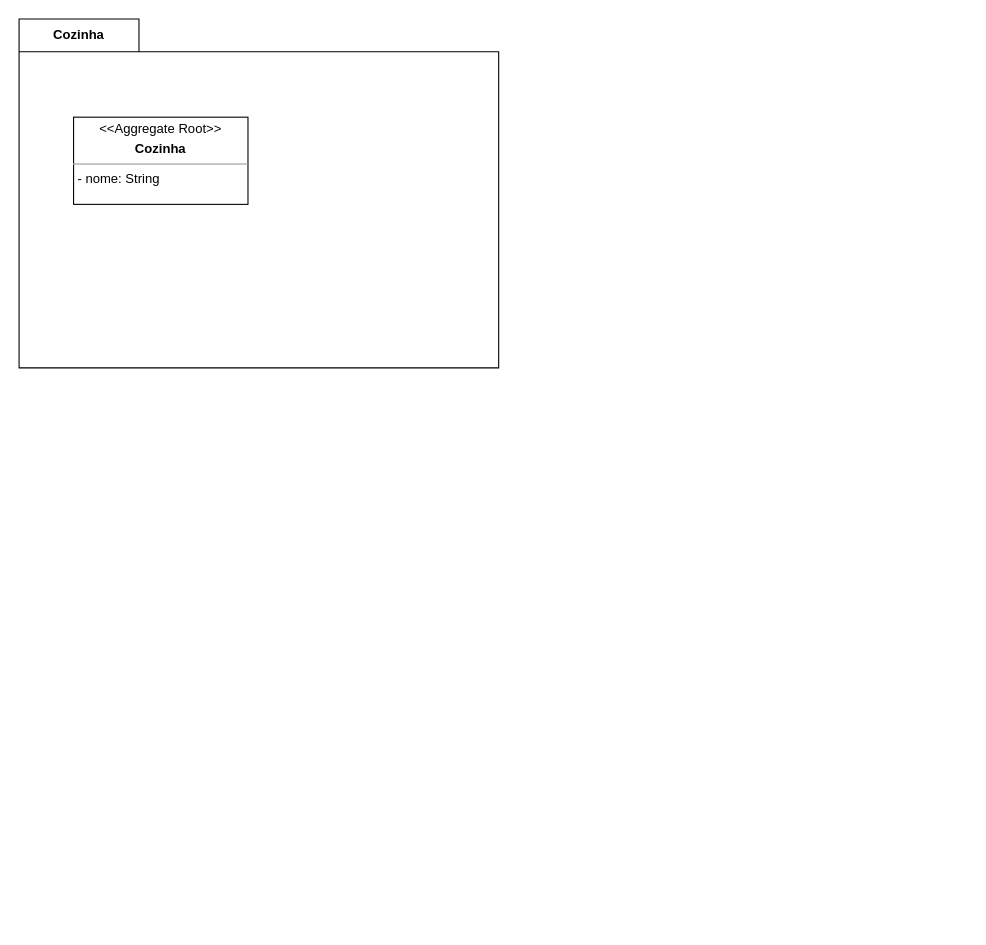
Earlier version of the draw.io diagram patterns/Algafood.drawio (bcmes/diagrams). Source tidied: cells renumbered, new cells numbered last; positions are measured from the earlier drawing's top-left corner, leaving out a move shared by most shapes. Both pictures are drawn from the tidied source at 109%, with x=0, y=0 at pixel (19, 19).
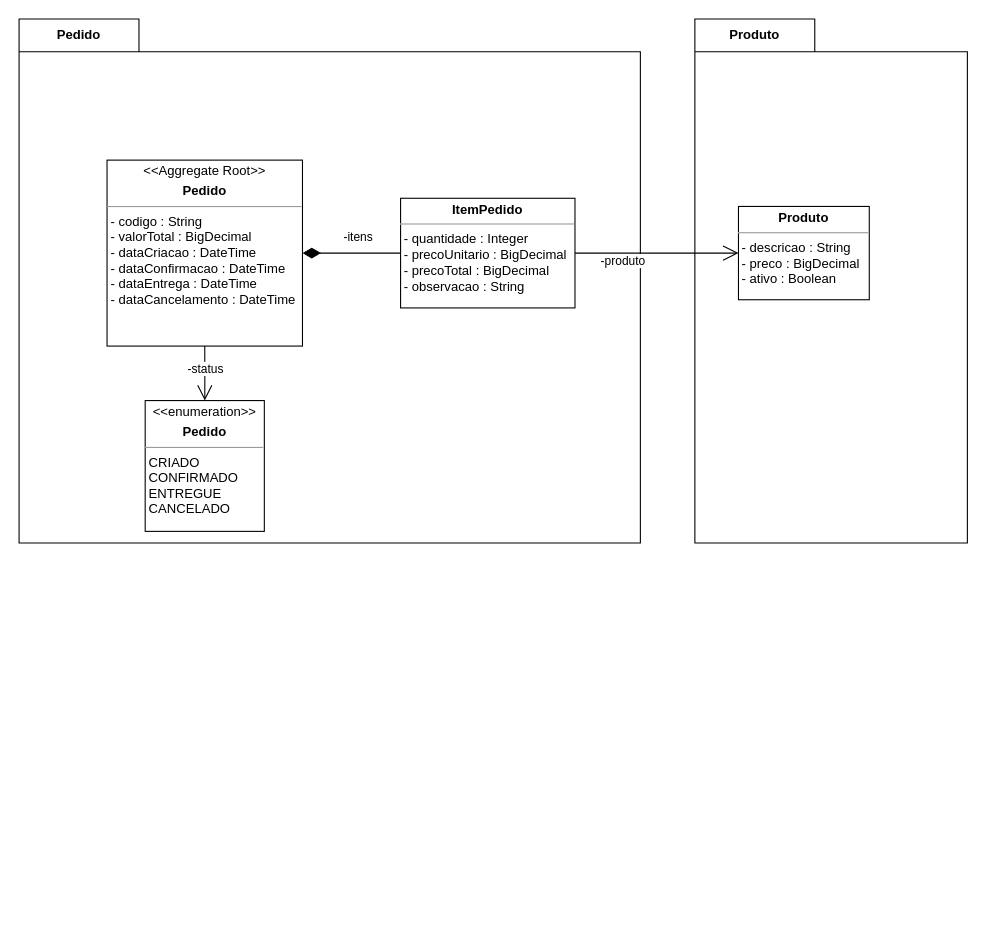
After the change.

The edit, as a diff of the source:
```diff
@@
 <mxGraphModel>
   <root>
     <mxCell id="0" />
     <mxCell id="1" parent="0" />
-    <mxCell id="2" value="Cozinha" style="shape=folder;fontStyle=1;tabWidth=110;tabHeight=30;tabPosition=left;html=1;boundedLbl=1;labelInHeader=1;whiteSpace=wrap;" parent="1" vertex="1">
-      <mxGeometry width="440" height="320" as="geometry" />
+    <mxCell id="2" value="Pedido" style="shape=folder;fontStyle=1;tabWidth=110;tabHeight=30;tabPosition=left;html=1;boundedLbl=1;labelInHeader=1;whiteSpace=wrap;" parent="1" vertex="1">
+      <mxGeometry width="570" height="480.6" as="geometry" />
     </mxCell>
-    <mxCell id="3" style="html=1;strokeColor=none;fillColor=none;whiteSpace=wrap;" parent="2" vertex="1">
-      <mxGeometry width="440" height="224" relative="1" as="geometry">
+    <mxCell id="3" style="html=1;strokeColor=none;fillColor=none;whiteSpace=wrap;" parent="1" vertex="1">
+      <mxGeometry x="10" y="510" width="630" height="322" as="geometry">
         <mxPoint y="30" as="offset" />
       </mxGeometry>
     </mxCell>
-    <mxCell id="4" value="&lt;p style=&quot;margin:0px;margin-top:4px;text-align:center;&quot;&gt;&amp;lt;&amp;lt;Aggregate Root&amp;gt;&amp;gt;&lt;/p&gt;&lt;p style=&quot;margin:0px;margin-top:4px;text-align:center;&quot;&gt;&lt;b&gt;Cozinha&lt;/b&gt;&lt;/p&gt;&lt;hr size=&quot;1&quot;&gt;&lt;p style=&quot;margin:0px;margin-left:4px;&quot;&gt;- nome: String&lt;/p&gt;&lt;p style=&quot;margin:0px;margin-left:4px;&quot;&gt;&lt;br&gt;&lt;/p&gt;" style="verticalAlign=top;align=left;overflow=fill;fontSize=12;fontFamily=Helvetica;html=1;whiteSpace=wrap;" parent="2" vertex="1">
-      <mxGeometry x="50" y="90" width="160" height="80" as="geometry" />
+    <mxCell id="4" value="&lt;p style=&quot;margin:0px;margin-top:4px;text-align:center;&quot;&gt;&amp;lt;&amp;lt;Aggregate Root&amp;gt;&amp;gt;&lt;/p&gt;&lt;p style=&quot;margin:0px;margin-top:4px;text-align:center;&quot;&gt;&lt;b&gt;Pedido&lt;/b&gt;&lt;/p&gt;&lt;hr size=&quot;1&quot;&gt;&amp;nbsp;- codigo : String&lt;br&gt;&amp;nbsp;- valorTotal : BigDecimal&lt;br&gt;&amp;nbsp;- dataCriacao : DateTime&lt;br&gt;&amp;nbsp;- dataConfirmacao : DateTime&lt;br&gt;&amp;nbsp;- dataEntrega : DateTime&lt;br&gt;&amp;nbsp;- dataCancelamento : DateTime&lt;p style=&quot;margin:0px;margin-left:4px;&quot;&gt;&lt;br&gt;&lt;/p&gt;" style="verticalAlign=top;align=left;overflow=fill;fontSize=12;fontFamily=Helvetica;html=1;whiteSpace=wrap;" parent="1" vertex="1">
+      <mxGeometry x="80.7" y="129.4" width="179.3" height="170.6" as="geometry" />
     </mxCell>
+    <mxCell id="5" value="&lt;p style=&quot;margin:0px;margin-top:4px;text-align:center;&quot;&gt;&lt;b&gt;ItemPedido&lt;/b&gt;&lt;/p&gt;&lt;hr size=&quot;1&quot;&gt;&lt;div&gt;&amp;nbsp;- quantidade : Integer&lt;/div&gt;&lt;div&gt;&amp;nbsp;- precoUnitario : BigDecimal&lt;/div&gt;&lt;div&gt;&amp;nbsp;- precoTotal : BigDecimal &lt;br&gt;&lt;/div&gt;&amp;nbsp;- observacao : String" style="verticalAlign=top;align=left;overflow=fill;fontSize=12;fontFamily=Helvetica;html=1;whiteSpace=wrap;" parent="1" vertex="1">
+      <mxGeometry x="350" y="164.4" width="160" height="100.6" as="geometry" />
+    </mxCell>
+    <mxCell id="6" value="&lt;p style=&quot;margin:0px;margin-top:4px;text-align:center;&quot;&gt;&amp;lt;&amp;lt;enumeration&amp;gt;&amp;gt;&lt;/p&gt;&lt;p style=&quot;margin:0px;margin-top:4px;text-align:center;&quot;&gt;&lt;b&gt;Pedido&lt;/b&gt;&lt;/p&gt;&lt;hr size=&quot;1&quot;&gt;&lt;div&gt;&amp;nbsp;CRIADO&lt;/div&gt;&lt;div&gt;&amp;nbsp;CONFIRMADO&lt;/div&gt;&lt;div&gt;&amp;nbsp;ENTREGUE&lt;/div&gt;&lt;div&gt;&amp;nbsp;CANCELADO&lt;br&gt;&lt;/div&gt;" style="verticalAlign=top;align=left;overflow=fill;fontSize=12;fontFamily=Helvetica;html=1;whiteSpace=wrap;" parent="1" vertex="1">
+      <mxGeometry x="115.7" y="350" width="109.3" height="120" as="geometry" />
+    </mxCell>
+    <mxCell id="7" style="endArrow=none;html=1;endSize=12;startArrow=diamondThin;startSize=14;startFill=1;edgeStyle=orthogonalEdgeStyle;align=left;verticalAlign=bottom;rounded=0;exitX=1;exitY=0.5;exitDx=0;exitDy=0;entryX=0;entryY=0.5;entryDx=0;entryDy=0;endFill=0;" parent="1" edge="1" source="4" target="5">
+      <mxGeometry x="-1" y="3" relative="1" as="geometry" />
+    </mxCell>
+    <mxCell id="8" value="-itens" style="edgeLabel;html=1;align=center;verticalAlign=middle;" parent="7" vertex="1">
+      <mxGeometry x="0.04" y="2" relative="1" as="geometry">
+        <mxPoint x="3" y="-13" as="offset" />
+      </mxGeometry>
+    </mxCell>
+    <mxCell id="9" style="endArrow=open;html=1;endSize=12;startArrow=none;startSize=14;startFill=0;edgeStyle=orthogonalEdgeStyle;align=left;verticalAlign=bottom;rounded=0;exitX=0.5;exitY=1;exitDx=0;exitDy=0;" parent="1" edge="1" source="4" target="6">
+      <mxGeometry x="-1" y="3" relative="1" as="geometry" />
+    </mxCell>
+    <mxCell id="10" value="-status" style="edgeLabel;html=1;align=center;verticalAlign=middle;" parent="9" vertex="1">
+      <mxGeometry x="-0.44" y="-1" relative="1" as="geometry">
+        <mxPoint x="1" y="6" as="offset" />
+      </mxGeometry>
+    </mxCell>
+    <mxCell id="11" value="Produto" style="shape=folder;fontStyle=1;tabWidth=110;tabHeight=30;tabPosition=left;html=1;boundedLbl=1;labelInHeader=1;whiteSpace=wrap;" parent="1" vertex="1">
+      <mxGeometry x="620" width="250" height="480.6" as="geometry" />
+    </mxCell>
+    <mxCell id="12" value="&lt;p style=&quot;margin:0px;margin-top:4px;text-align:center;&quot;&gt;&lt;b&gt;Produto&lt;/b&gt;&lt;/p&gt;&lt;hr size=&quot;1&quot;&gt;&amp;nbsp;- descricao : String&lt;br&gt;&amp;nbsp;- preco : BigDecimal&lt;br&gt;&amp;nbsp;- ativo : Boolean" style="verticalAlign=top;align=left;overflow=fill;fontSize=12;fontFamily=Helvetica;html=1;whiteSpace=wrap;" parent="1" vertex="1">
+      <mxGeometry x="660" y="171.9" width="120" height="85.6" as="geometry" />
+    </mxCell>
+    <mxCell id="13" style="endArrow=open;html=1;endSize=12;startArrow=none;startSize=14;startFill=0;edgeStyle=orthogonalEdgeStyle;align=left;verticalAlign=bottom;rounded=0;exitX=1;exitY=0.5;exitDx=0;exitDy=0;" parent="1" edge="1" source="5" target="12">
+      <mxGeometry x="-1" y="3" relative="1" as="geometry" />
+    </mxCell>
+    <mxCell id="14" value="-produto" style="edgeLabel;html=1;align=center;verticalAlign=middle;" parent="13" vertex="1">
+      <mxGeometry x="-0.44" y="-1" relative="1" as="geometry">
+        <mxPoint x="1" y="6" as="offset" />
+      </mxGeometry>
+    </mxCell>
   </root>
 </mxGraphModel>
```
